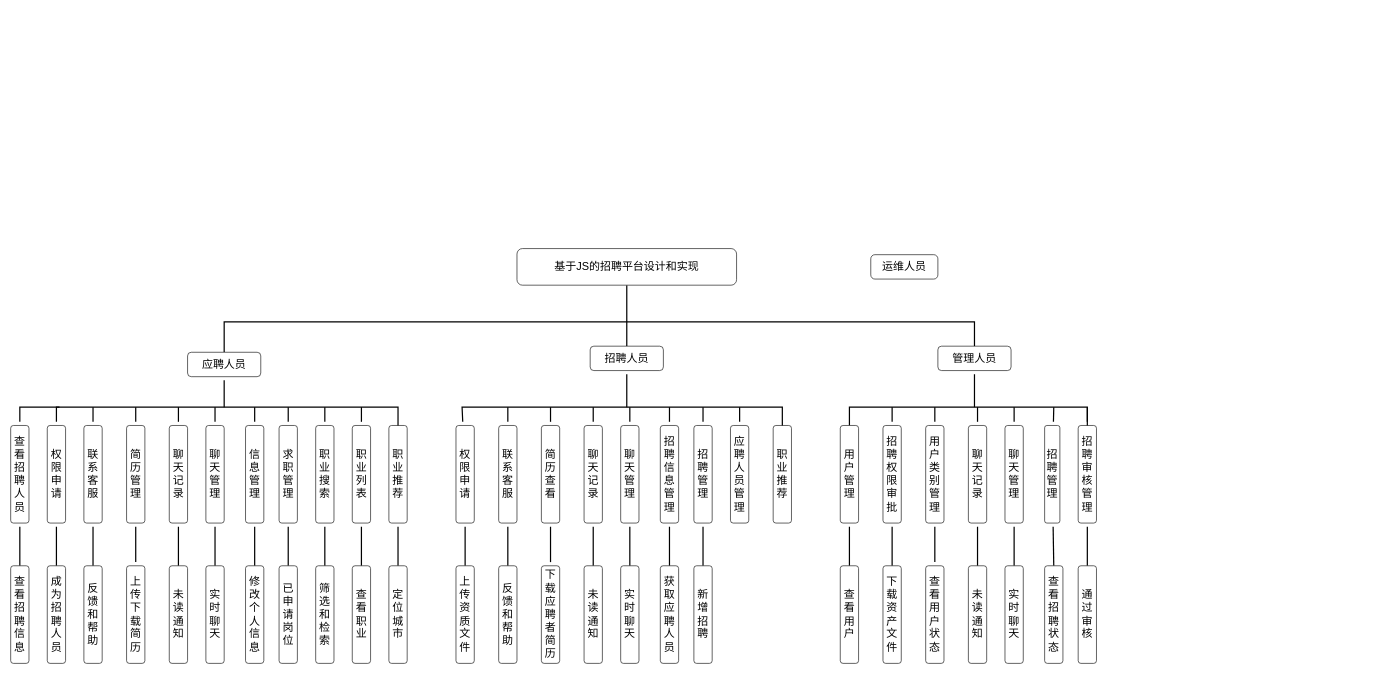
Before: 论文/image/基于JS的招聘平台设计和实现.drawio in yueyv/dissertation, a draw.io diagram. Source tidied: cells renumbered, new cells numbered last; positions are measured from the earlier drawing's top-left corner, leaving out a move shared by most shapes. Both pictures are drawn from the tidied source at 61%, with x=0, y=0 at pixel (10, 248).
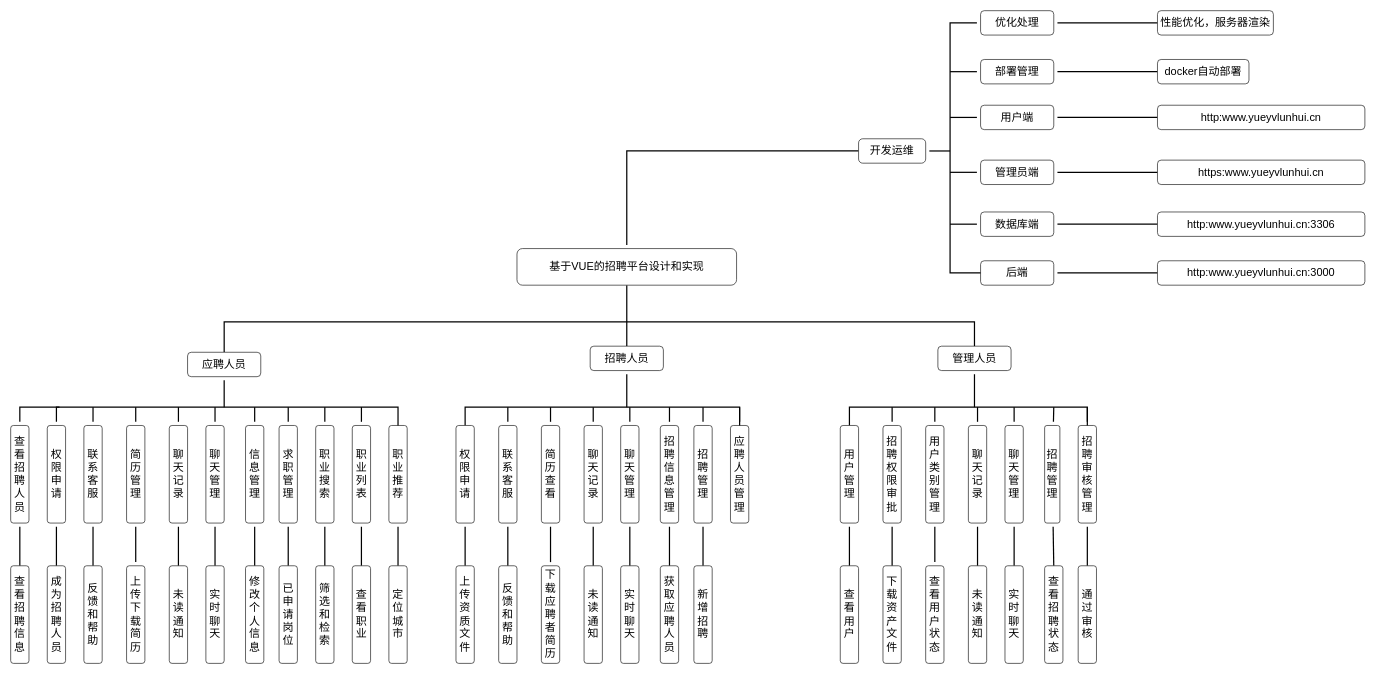
After the change.

Unchanged cells that the change refers to:
```xml
<mxCell id="53" value="应聘人员管理" style="rounded=1;whiteSpace=wrap;html=1;fontFamily=Helvetica;fontSize=18;fontColor=default;horizontal=1;verticalAlign=middle;align=center;" parent="1" vertex="1">
  <mxGeometry x="1180" y="290" width="30" height="160" as="geometry" />
</mxCell>
<mxCell id="76" value="权限申请" style="rounded=1;whiteSpace=wrap;html=1;fontFamily=Helvetica;fontSize=18;fontColor=default;horizontal=1;verticalAlign=middle;align=center;" parent="1" vertex="1">
  <mxGeometry x="730" y="290" width="30" height="160" as="geometry" />
</mxCell>
```

Diff of the diagram source:
```diff
@@
+    <mxCell id="114" style="edgeStyle=none;shape=connector;rounded=0;jumpStyle=none;jumpSize=2;html=1;entryX=0;entryY=0.5;entryDx=0;entryDy=0;labelBackgroundColor=default;strokeColor=default;strokeWidth=2;fontFamily=Helvetica;fontSize=18;fontColor=default;endArrow=none;endFill=0;startSize=0;endSize=1;sourcePerimeterSpacing=6;targetPerimeterSpacing=6;" parent="1" edge="1" source="3" target="11">
+      <mxGeometry relative="1" as="geometry">
+        <Array as="points">
+          <mxPoint x="1010" y="-160" />
+          <mxPoint x="1130" y="-160" />
+        </Array>
+      </mxGeometry>
+    </mxCell>
-    <mxCell id="3" value="基于JS的招聘平台设计和实现" style="rounded=1;whiteSpace=wrap;html=1;fontSize=18;" parent="1" vertex="1">
+    <mxCell id="3" value="基于VUE的招聘平台设计和实现" style="rounded=1;whiteSpace=wrap;html=1;fontSize=18;" parent="1" vertex="1">
       <mxGeometry x="830" width="360" height="60" as="geometry" />
     </mxCell>
@@
+    <mxCell id="115" style="edgeStyle=none;shape=connector;rounded=0;jumpStyle=none;jumpSize=2;html=1;labelBackgroundColor=default;strokeColor=default;strokeWidth=2;fontFamily=Helvetica;fontSize=18;fontColor=default;endArrow=none;endFill=0;startSize=0;endSize=1;sourcePerimeterSpacing=6;targetPerimeterSpacing=6;" parent="1" edge="1" source="11">
+      <mxGeometry relative="1" as="geometry">
+        <mxPoint x="1540" y="-160" as="targetPoint" />
+      </mxGeometry>
+    </mxCell>
-    <mxCell id="11" value="运维人员" style="rounded=1;whiteSpace=wrap;html=1;fontSize=18;arcSize=17;" parent="1" vertex="1">
-      <mxGeometry x="1410" y="10" width="110" height="40" as="geometry" />
+    <mxCell id="11" value="开发运维" style="rounded=1;whiteSpace=wrap;html=1;fontSize=18;arcSize=17;" parent="1" vertex="1">
+      <mxGeometry x="1390" y="-180" width="110" height="40" as="geometry" />
     </mxCell>
@@
-    <mxCell id="51" value="职业推荐" style="rounded=1;whiteSpace=wrap;html=1;fontFamily=Helvetica;fontSize=18;fontColor=default;horizontal=1;verticalAlign=middle;align=center;" parent="1" vertex="1">
-      <mxGeometry x="1250" y="290" width="30" height="160" as="geometry" />
-    </mxCell>
@@
-    <mxCell id="75" style="edgeStyle=none;shape=connector;rounded=0;jumpStyle=none;jumpSize=2;html=1;entryX=0.5;entryY=0;entryDx=0;entryDy=0;labelBackgroundColor=default;strokeColor=default;strokeWidth=2;fontFamily=Helvetica;fontSize=18;fontColor=default;endArrow=none;endFill=0;startSize=0;endSize=1;sourcePerimeterSpacing=6;targetPerimeterSpacing=6;" parent="1" edge="1" source="76" target="51">
-      <mxGeometry relative="1" as="geometry">
-        <Array as="points">
-          <mxPoint x="740" y="260" />
-          <mxPoint x="1250" y="260" />
-          <mxPoint x="1265" y="260" />
-        </Array>
-      </mxGeometry>
-    </mxCell>
+    <mxCell id="116" style="edgeStyle=none;shape=connector;rounded=0;jumpStyle=none;jumpSize=2;html=1;entryX=0.5;entryY=0;entryDx=0;entryDy=0;labelBackgroundColor=default;strokeColor=default;strokeWidth=2;fontFamily=Helvetica;fontSize=18;fontColor=default;endArrow=none;endFill=0;startSize=0;endSize=1;sourcePerimeterSpacing=6;targetPerimeterSpacing=6;exitX=0.5;exitY=0;exitDx=0;exitDy=0;" parent="1" edge="1" source="76" target="53">
+      <mxGeometry relative="1" as="geometry">
+        <Array as="points">
+          <mxPoint x="745" y="260" />
+          <mxPoint x="1195" y="260" />
+        </Array>
+      </mxGeometry>
+    </mxCell>
@@
+    <mxCell id="117" style="edgeStyle=none;shape=connector;rounded=0;jumpStyle=none;jumpSize=2;html=1;entryX=0;entryY=0.5;entryDx=0;entryDy=0;labelBackgroundColor=default;strokeColor=default;strokeWidth=2;fontFamily=Helvetica;fontSize=18;fontColor=default;endArrow=none;endFill=0;startSize=0;endSize=1;sourcePerimeterSpacing=6;targetPerimeterSpacing=6;" parent="1" edge="1" source="119" target="120">
+      <mxGeometry relative="1" as="geometry" />
+    </mxCell>
+    <mxCell id="118" style="edgeStyle=none;shape=connector;rounded=0;jumpStyle=none;jumpSize=2;html=1;labelBackgroundColor=default;strokeColor=default;strokeWidth=2;fontFamily=Helvetica;fontSize=18;fontColor=default;endArrow=none;endFill=0;startSize=0;endSize=1;sourcePerimeterSpacing=6;targetPerimeterSpacing=6;" parent="1" edge="1" source="119">
+      <mxGeometry relative="1" as="geometry">
+        <mxPoint x="1540" y="-290" as="targetPoint" />
+      </mxGeometry>
+    </mxCell>
+    <mxCell id="119" value="部署管理" style="rounded=1;whiteSpace=wrap;html=1;fontSize=18;" parent="1" vertex="1">
+      <mxGeometry x="1590" y="-310" width="120" height="40" as="geometry" />
+    </mxCell>
+    <mxCell id="120" value="docker自动部署" style="rounded=1;whiteSpace=wrap;html=1;fontSize=18;" parent="1" vertex="1">
+      <mxGeometry x="1880" y="-310" width="150" height="40" as="geometry" />
+    </mxCell>
+    <mxCell id="121" style="edgeStyle=none;shape=connector;rounded=0;jumpStyle=none;jumpSize=2;html=1;labelBackgroundColor=default;strokeColor=default;strokeWidth=2;fontFamily=Helvetica;fontSize=18;fontColor=default;endArrow=none;endFill=0;startSize=0;endSize=1;sourcePerimeterSpacing=6;targetPerimeterSpacing=6;" parent="1" edge="1" source="123">
+      <mxGeometry relative="1" as="geometry">
+        <mxPoint x="1880" y="-215" as="targetPoint" />
+      </mxGeometry>
+    </mxCell>
+    <mxCell id="122" style="edgeStyle=none;shape=connector;rounded=0;jumpStyle=none;jumpSize=2;html=1;labelBackgroundColor=default;strokeColor=default;strokeWidth=2;fontFamily=Helvetica;fontSize=18;fontColor=default;endArrow=none;endFill=0;startSize=0;endSize=1;sourcePerimeterSpacing=6;targetPerimeterSpacing=6;" parent="1" edge="1" source="123">
+      <mxGeometry relative="1" as="geometry">
+        <mxPoint x="1540" y="-215" as="targetPoint" />
+      </mxGeometry>
+    </mxCell>
+    <mxCell id="123" value="用户端" style="rounded=1;whiteSpace=wrap;html=1;fontSize=18;" parent="1" vertex="1">
+      <mxGeometry x="1590" y="-235" width="120" height="40" as="geometry" />
+    </mxCell>
+    <mxCell id="124" value="http:www.yueyvlunhui.cn" style="rounded=1;whiteSpace=wrap;html=1;fontSize=18;" parent="1" vertex="1">
+      <mxGeometry x="1880" y="-235" width="340" height="40" as="geometry" />
+    </mxCell>
+    <mxCell id="125" style="edgeStyle=none;shape=connector;rounded=0;jumpStyle=none;jumpSize=2;html=1;entryX=0;entryY=0.5;entryDx=0;entryDy=0;labelBackgroundColor=default;strokeColor=default;strokeWidth=2;fontFamily=Helvetica;fontSize=18;fontColor=default;endArrow=none;endFill=0;startSize=0;endSize=1;sourcePerimeterSpacing=6;targetPerimeterSpacing=6;" parent="1" edge="1" source="127">
+      <mxGeometry relative="1" as="geometry">
+        <mxPoint x="1880" y="-125" as="targetPoint" />
+      </mxGeometry>
+    </mxCell>
+    <mxCell id="126" style="edgeStyle=none;shape=connector;rounded=0;jumpStyle=none;jumpSize=2;html=1;labelBackgroundColor=default;strokeColor=default;strokeWidth=2;fontFamily=Helvetica;fontSize=18;fontColor=default;endArrow=none;endFill=0;startSize=0;endSize=1;sourcePerimeterSpacing=6;targetPerimeterSpacing=6;" parent="1" edge="1" source="127">
+      <mxGeometry relative="1" as="geometry">
+        <mxPoint x="1540" y="-125" as="targetPoint" />
+      </mxGeometry>
+    </mxCell>
+    <mxCell id="127" value="管理员端" style="rounded=1;whiteSpace=wrap;html=1;fontSize=18;" parent="1" vertex="1">
+      <mxGeometry x="1590" y="-145" width="120" height="40" as="geometry" />
+    </mxCell>
+    <mxCell id="128" value="https:www.yueyvlunhui.cn" style="rounded=1;whiteSpace=wrap;html=1;fontSize=18;" parent="1" vertex="1">
+      <mxGeometry x="1880" y="-145" width="340" height="40" as="geometry" />
+    </mxCell>
+    <mxCell id="129" style="edgeStyle=none;shape=connector;rounded=0;jumpStyle=none;jumpSize=2;html=1;entryX=0;entryY=0.5;entryDx=0;entryDy=0;labelBackgroundColor=default;strokeColor=default;strokeWidth=2;fontFamily=Helvetica;fontSize=18;fontColor=default;endArrow=none;endFill=0;startSize=0;endSize=1;sourcePerimeterSpacing=6;targetPerimeterSpacing=6;" parent="1" edge="1" source="131" target="132">
+      <mxGeometry relative="1" as="geometry" />
+    </mxCell>
+    <mxCell id="130" style="edgeStyle=none;shape=connector;rounded=0;jumpStyle=none;jumpSize=2;html=1;labelBackgroundColor=default;strokeColor=default;strokeWidth=2;fontFamily=Helvetica;fontSize=18;fontColor=default;endArrow=none;endFill=0;startSize=0;endSize=1;sourcePerimeterSpacing=6;targetPerimeterSpacing=6;" parent="1" edge="1" source="131">
+      <mxGeometry relative="1" as="geometry">
+        <mxPoint x="1540" y="-40" as="targetPoint" />
+      </mxGeometry>
+    </mxCell>
+    <mxCell id="131" value="数据库端" style="rounded=1;whiteSpace=wrap;html=1;fontSize=18;" parent="1" vertex="1">
+      <mxGeometry x="1590" y="-60" width="120" height="40" as="geometry" />
+    </mxCell>
+    <mxCell id="132" value="http:www.yueyvlunhui.cn:3306" style="rounded=1;whiteSpace=wrap;html=1;fontSize=18;" parent="1" vertex="1">
+      <mxGeometry x="1880" y="-60" width="340" height="40" as="geometry" />
+    </mxCell>
+    <mxCell id="133" style="edgeStyle=none;shape=connector;rounded=0;jumpStyle=none;jumpSize=2;html=1;entryX=0;entryY=0.5;entryDx=0;entryDy=0;labelBackgroundColor=default;strokeColor=default;strokeWidth=2;fontFamily=Helvetica;fontSize=18;fontColor=default;endArrow=none;endFill=0;startSize=0;endSize=1;sourcePerimeterSpacing=6;targetPerimeterSpacing=6;" parent="1" edge="1" source="134" target="135">
+      <mxGeometry relative="1" as="geometry" />
+    </mxCell>
+    <mxCell id="134" value="后端" style="rounded=1;whiteSpace=wrap;html=1;fontSize=18;" parent="1" vertex="1">
+      <mxGeometry x="1590" y="20" width="120" height="40" as="geometry" />
+    </mxCell>
+    <mxCell id="135" value="http:www.yueyvlunhui.cn:3000" style="rounded=1;whiteSpace=wrap;html=1;fontSize=18;" parent="1" vertex="1">
+      <mxGeometry x="1880" y="20" width="340" height="40" as="geometry" />
+    </mxCell>
+    <mxCell id="136" style="edgeStyle=none;shape=connector;rounded=0;jumpStyle=none;jumpSize=2;html=1;entryX=0;entryY=0.5;entryDx=0;entryDy=0;labelBackgroundColor=default;strokeColor=default;strokeWidth=2;fontFamily=Helvetica;fontSize=18;fontColor=default;endArrow=none;endFill=0;startSize=0;endSize=1;sourcePerimeterSpacing=6;targetPerimeterSpacing=6;" parent="1" edge="1" source="138" target="139">
+      <mxGeometry relative="1" as="geometry" />
+    </mxCell>
+    <mxCell id="137" style="edgeStyle=none;shape=connector;rounded=0;jumpStyle=none;jumpSize=2;html=1;entryX=0;entryY=0.5;entryDx=0;entryDy=0;labelBackgroundColor=default;strokeColor=default;strokeWidth=2;fontFamily=Helvetica;fontSize=18;fontColor=default;endArrow=none;endFill=0;startSize=0;endSize=1;sourcePerimeterSpacing=6;targetPerimeterSpacing=6;" parent="1" edge="1" source="138" target="134">
+      <mxGeometry relative="1" as="geometry">
+        <Array as="points">
+          <mxPoint x="1540" y="-370" />
+          <mxPoint x="1540" y="40" />
+        </Array>
+      </mxGeometry>
+    </mxCell>
+    <mxCell id="138" value="优化处理" style="rounded=1;whiteSpace=wrap;html=1;fontSize=18;" parent="1" vertex="1">
+      <mxGeometry x="1590" y="-390" width="120" height="40" as="geometry" />
+    </mxCell>
+    <mxCell id="139" value="性能优化，服务器渲染" style="rounded=1;whiteSpace=wrap;html=1;fontSize=18;" parent="1" vertex="1">
+      <mxGeometry x="1880" y="-390" width="190" height="40" as="geometry" />
+    </mxCell>
```
